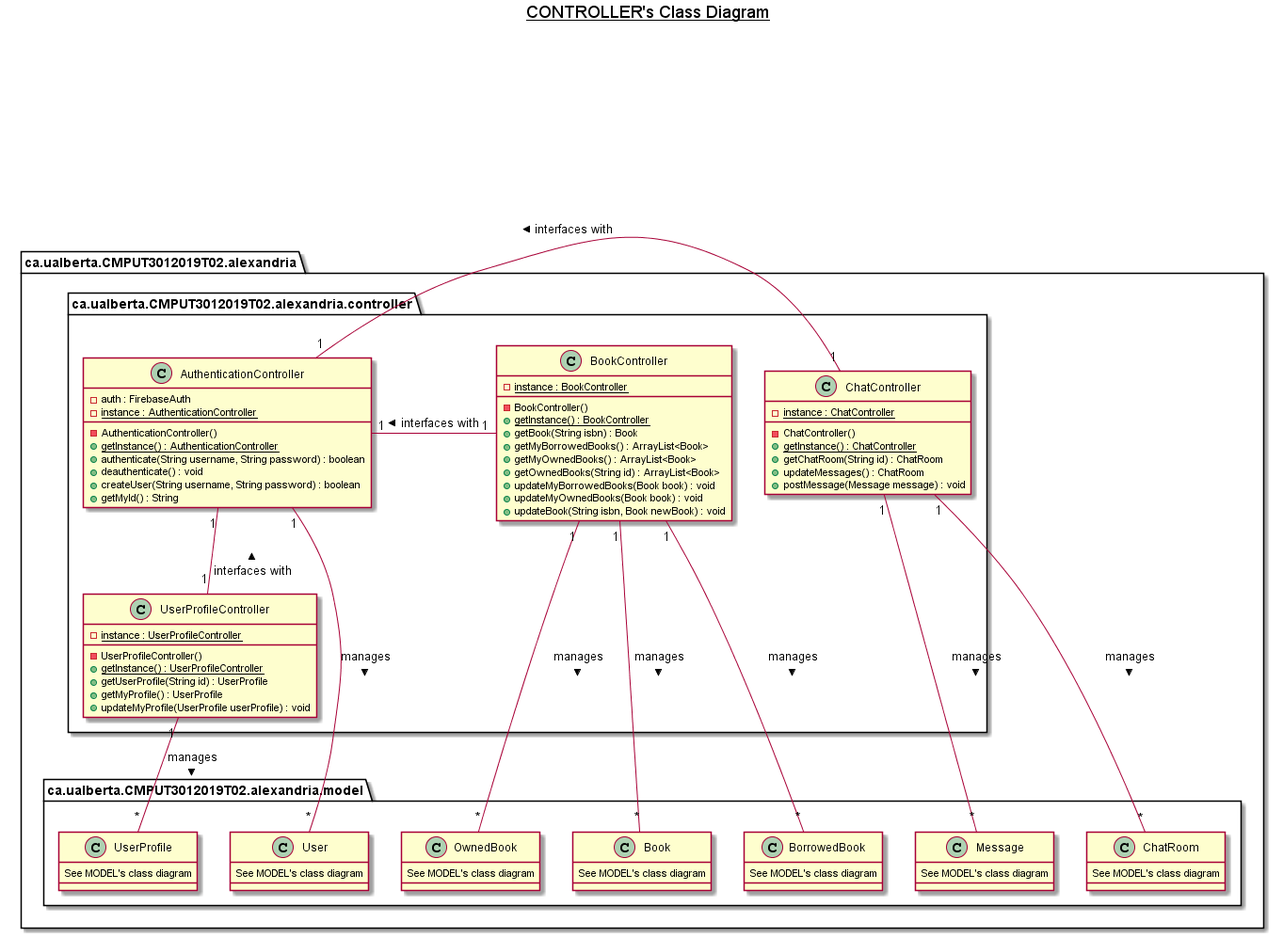
The PlantUML diagram doc/uml/class_diagrams/CONTROLLER's Class Diagram.png in cmput301w19t02/Alexandria, before a commit.
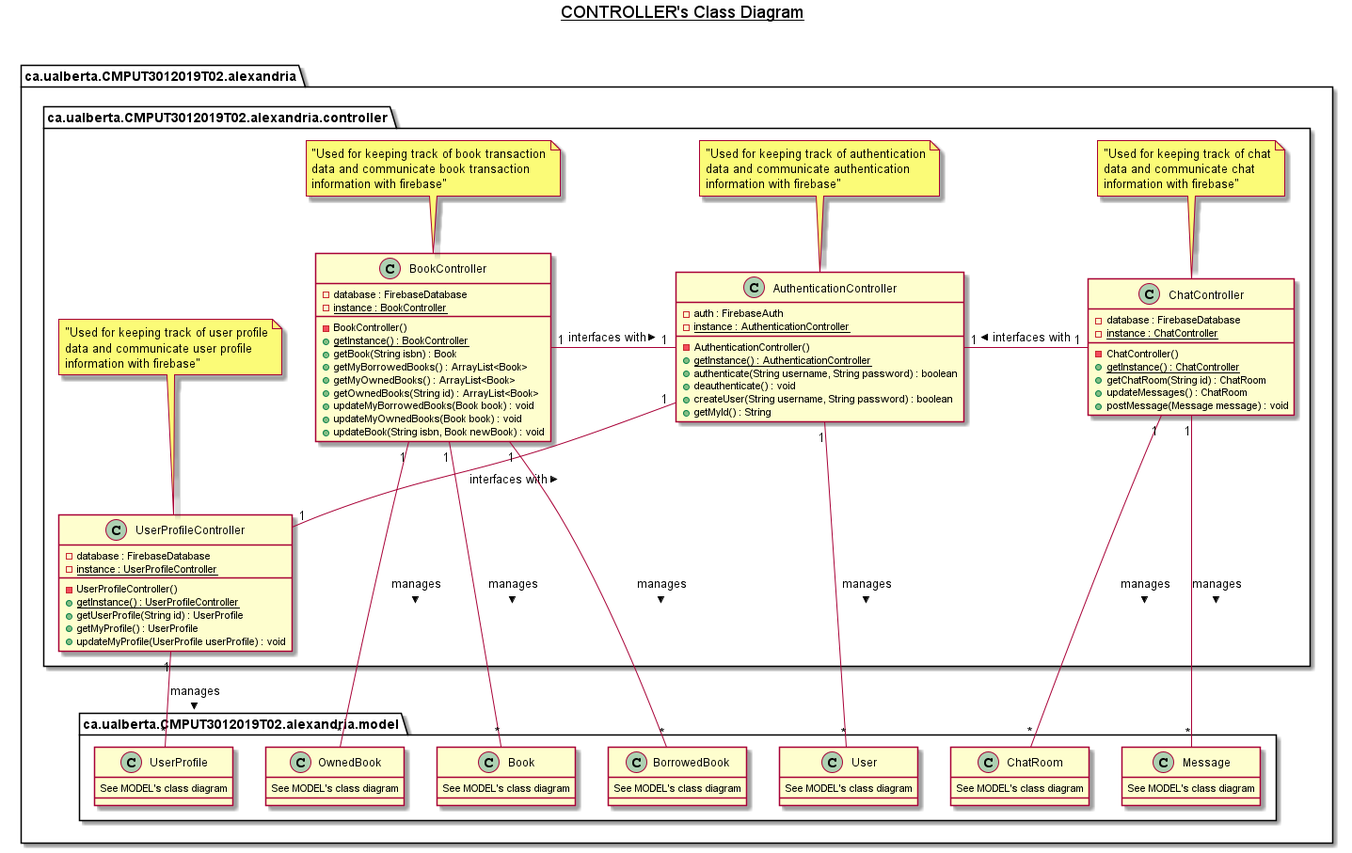
The same file after the commit.

Commit message:
Add comments to uml

What changed in the source:
```diff
@@ -16,8 +16,10 @@
             + createUser(String username, String password) : boolean
             + getMyId() : String
         }
+        note top: "Used for keeping track of authentication\ndata and communicate authentication\ninformation with firebase"
 
         class BookController {
+            - database : FirebaseDatabase
             {static} - instance : BookController
             - BookController()
             {static} + getInstance() : BookController
@@ -29,8 +31,10 @@
             + updateMyOwnedBooks(Book book) : void
             + updateBook(String isbn, Book newBook) : void
         }
+        note top: "Used for keeping track of book transaction\ndata and communicate book transaction\ninformation with firebase"
 
         class UserProfileController {
+             - database : FirebaseDatabase
             {static} - instance : UserProfileController
             - UserProfileController()
             {static} + getInstance() : UserProfileController
@@ -38,8 +42,10 @@
             + getMyProfile() : UserProfile
             + updateMyProfile(UserProfile userProfile) : void
         }
+        note top: "Used for keeping track of user profile\ndata and communicate user profile\ninformation with firebase"
 
         class ChatController {
+            - database : FirebaseDatabase
             {static} - instance : ChatController
             - ChatController()
             {static} + getInstance() : ChatController
@@ -47,6 +53,7 @@
             + updateMessages() : ChatRoom
             + postMessage(Message message) : void
         }
+        note top: "Used for keeping track of chat\ndata and communicate chat\ninformation with firebase"
 
     }
 
```
